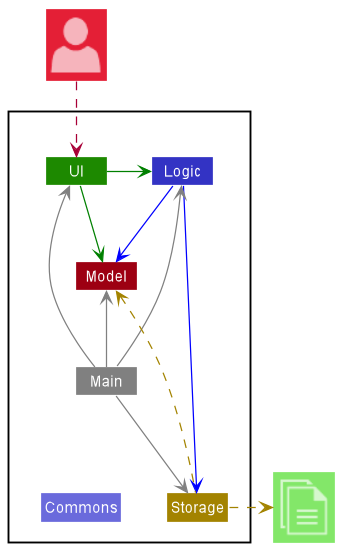
The PlantUML diagram docs/images/ArchitectureDiagram.png in nus-cs2103-AY2223S1/tp, before a commit.
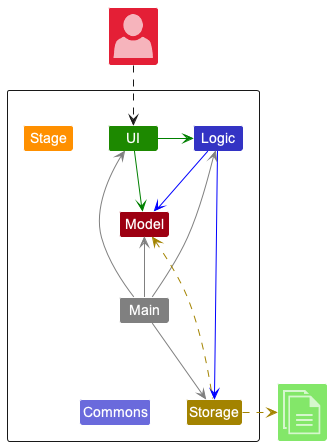
The same file after the commit.

Diff of the diagram source:
```diff
@@ -9,6 +9,7 @@
     Class Logic LOGIC_COLOR
     Class Storage STORAGE_COLOR
     Class Model MODEL_COLOR
+    Class Stage STAGE_COLOR
     Class Main #grey
     Class Commons LOGIC_COLOR_T2
 }
```
